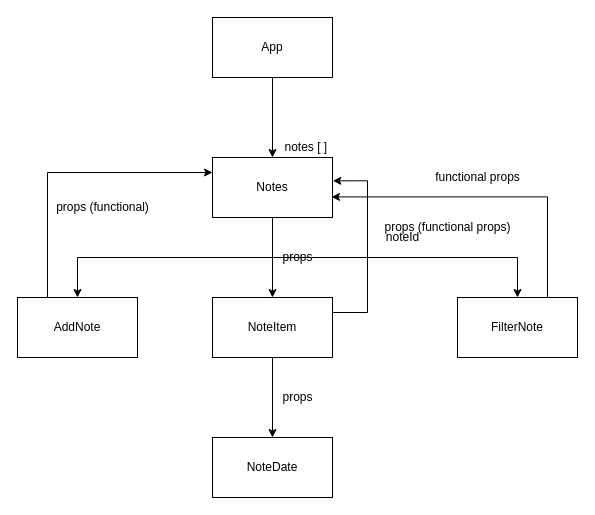
The draw.io diagram page "Page-2" (2 of 4) of refs/diagrams.drawio in synergy2411/hughes_jun22, before the edit. Source tidied: cells renumbered, new cells numbered last; positions are measured from the earlier drawing's top-left corner, leaving out a move shared by most shapes. Both pictures are drawn from the tidied source at 100%, with x=0, y=0 at pixel (17, 17).
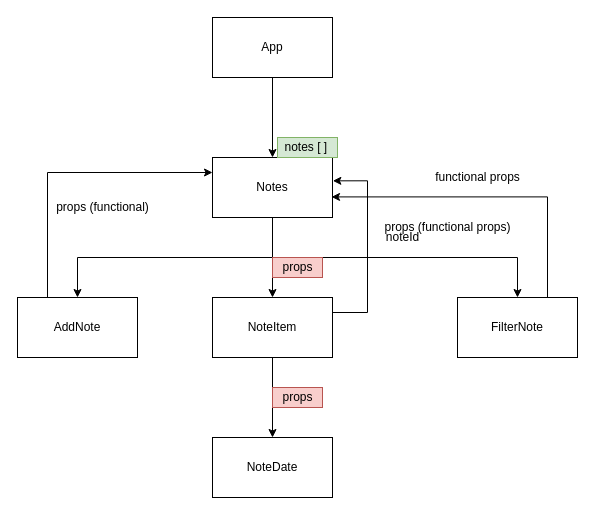
After the change.

What changed in the source:
```diff
@@
-    <mxCell id="12" value="notes [ ]&amp;nbsp;" style="text;html=1;align=center;verticalAlign=middle;strokeColor=none;fillColor=none;" parent="1" vertex="1">
+    <mxCell id="12" value="notes [ ]&amp;nbsp;" style="text;html=1;align=center;verticalAlign=middle;strokeColor=#82b366;fillColor=#d5e8d4;" parent="1" vertex="1">
       <mxGeometry x="260" y="120" width="60" height="20" as="geometry" />
     </mxCell>
-    <mxCell id="13" value="props" style="text;html=1;align=center;verticalAlign=middle;strokeColor=none;fillColor=none;" parent="1" vertex="1">
-      <mxGeometry x="255" y="230" width="50" height="20" as="geometry" />
+    <mxCell id="13" value="props" style="text;html=1;align=center;verticalAlign=middle;strokeColor=#b85450;fillColor=#f8cecc;" parent="1" vertex="1">
+      <mxGeometry x="255" y="240" width="50" height="20" as="geometry" />
     </mxCell>
-    <mxCell id="14" value="props" style="text;html=1;align=center;verticalAlign=middle;strokeColor=none;fillColor=none;" parent="1" vertex="1">
+    <mxCell id="14" value="props" style="text;html=1;align=center;verticalAlign=middle;strokeColor=#b85450;fillColor=#f8cecc;" parent="1" vertex="1">
       <mxGeometry x="255" y="370" width="50" height="20" as="geometry" />
     </mxCell>
```
